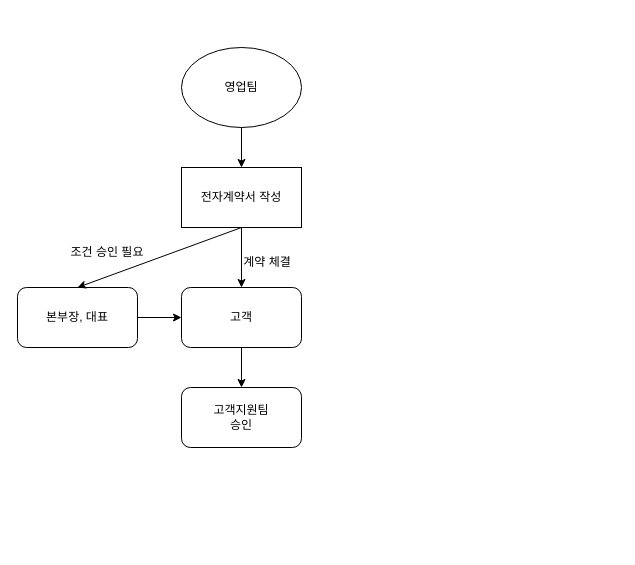
Before: 계약 승인 절차.drawio in Kjunsung/starter-kit, a draw.io diagram. Source tidied: cells renumbered, new cells numbered last; positions are measured from the earlier drawing's top-left corner, leaving out a move shared by most shapes. Both pictures are drawn from the tidied source at 100%, with x=0, y=0 at pixel (17, 47).
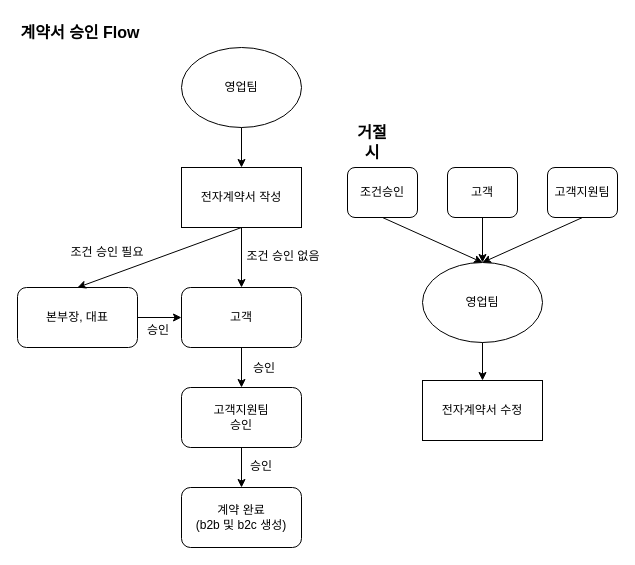
After the change.

Commit message:
Update 계약 승인 절차.drawio

Unchanged cells that the change refers to:
```xml
<mxCell id="2" value="전자계약서 작성" style="rounded=0;whiteSpace=wrap;html=1;" parent="1" vertex="1">
  <mxGeometry x="164" y="120" width="120" height="60" as="geometry" />
</mxCell>
<mxCell id="5" value="본부장, 대표" style="rounded=1;whiteSpace=wrap;html=1;" parent="1" vertex="1">
  <mxGeometry y="240" width="120" height="60" as="geometry" />
</mxCell>
<mxCell id="12" value="고객지원팀&lt;br&gt;승인" style="rounded=1;whiteSpace=wrap;html=1;" parent="1" vertex="1">
  <mxGeometry x="164" y="340" width="120" height="60" as="geometry" />
</mxCell>
```

Change to the diagram source:
```diff
@@
-    <mxCell id="3" value="영업팀" style="ellipse;whiteSpace=wrap;html=1;" parent="1" vertex="1">
-      <mxGeometry x="164" width="120" height="80" as="geometry" />
-    </mxCell>
-    <mxCell id="4" style="endArrow=classic;html=1;entryX=0.5;entryY=0;entryDx=0;entryDy=0;exitX=0.5;exitY=1;exitDx=0;exitDy=0;" parent="1" edge="1" source="3" target="2">
-      <mxGeometry relative="1" as="geometry" />
-    </mxCell>
+    <mxCell id="14" value="영업팀" style="ellipse;whiteSpace=wrap;html=1;" parent="1" vertex="1">
+      <mxGeometry x="164" width="120" height="80" as="geometry" />
+    </mxCell>
+    <mxCell id="15" style="endArrow=classic;html=1;entryX=0.5;entryY=0;entryDx=0;entryDy=0;exitX=0.5;exitY=1;exitDx=0;exitDy=0;" parent="1" edge="1" source="14" target="2">
+      <mxGeometry relative="1" as="geometry" />
+    </mxCell>
@@
-    <mxCell id="6" value="고객" style="rounded=1;whiteSpace=wrap;html=1;" parent="1" vertex="1">
-      <mxGeometry x="164" y="240" width="120" height="60" as="geometry" />
-    </mxCell>
+    <mxCell id="16" value="고객" style="rounded=1;whiteSpace=wrap;html=1;" parent="1" vertex="1">
+      <mxGeometry x="164" y="240" width="120" height="60" as="geometry" />
+    </mxCell>
@@
-    <mxCell id="8" style="endArrow=classic;html=1;exitX=0.5;exitY=1;exitDx=0;exitDy=0;entryX=0.5;entryY=0;entryDx=0;entryDy=0;" parent="1" edge="1" source="2" target="6">
-      <mxGeometry relative="1" as="geometry" />
-    </mxCell>
+    <mxCell id="17" style="endArrow=classic;html=1;exitX=0.5;exitY=1;exitDx=0;exitDy=0;entryX=0.5;entryY=0;entryDx=0;entryDy=0;" parent="1" edge="1" source="2" target="16">
+      <mxGeometry relative="1" as="geometry" />
+    </mxCell>
@@
-    <mxCell id="10" value="계약 체결" style="text;html=1;strokeColor=none;fillColor=none;align=center;verticalAlign=middle;whiteSpace=wrap;rounded=0;" parent="1" vertex="1">
-      <mxGeometry x="200" y="200" width="100" height="30" as="geometry" />
-    </mxCell>
-    <mxCell id="11" style="endArrow=classic;html=1;entryX=0;entryY=0.5;entryDx=0;entryDy=0;exitX=1;exitY=0.5;exitDx=0;exitDy=0;" parent="1" edge="1" source="5" target="6">
-      <mxGeometry relative="1" as="geometry" />
-    </mxCell>
+    <mxCell id="18" style="endArrow=classic;html=1;entryX=0;entryY=0.5;entryDx=0;entryDy=0;exitX=1;exitY=0.5;exitDx=0;exitDy=0;" parent="1" edge="1" source="5" target="16">
+      <mxGeometry relative="1" as="geometry" />
+    </mxCell>
@@
-    <mxCell id="13" style="endArrow=classic;html=1;exitX=0.5;exitY=1;exitDx=0;exitDy=0;entryX=0.5;entryY=0;entryDx=0;entryDy=0;" parent="1" edge="1" source="6" target="12">
-      <mxGeometry relative="1" as="geometry" />
-    </mxCell>
+    <mxCell id="19" style="endArrow=classic;html=1;exitX=0.5;exitY=1;exitDx=0;exitDy=0;entryX=0.5;entryY=0;entryDx=0;entryDy=0;" parent="1" edge="1" source="16" target="12">
+      <mxGeometry relative="1" as="geometry" />
+    </mxCell>
+    <mxCell id="20" value="계약 완료&lt;br&gt;(b2b 및 b2c 생성)" style="rounded=1;whiteSpace=wrap;html=1;" parent="1" vertex="1">
+      <mxGeometry x="164" y="440" width="120" height="60" as="geometry" />
+    </mxCell>
+    <mxCell id="21" style="endArrow=classic;html=1;entryX=0.5;entryY=0;entryDx=0;entryDy=0;exitX=0.5;exitY=1;exitDx=0;exitDy=0;" parent="1" edge="1" source="12" target="20">
+      <mxGeometry relative="1" as="geometry" />
+    </mxCell>
+    <mxCell id="22" value="조건 승인 없음" style="text;html=1;strokeColor=none;fillColor=none;align=center;verticalAlign=middle;whiteSpace=wrap;rounded=0;" parent="1" vertex="1">
+      <mxGeometry x="221" y="194" width="90" height="30" as="geometry" />
+    </mxCell>
+    <mxCell id="23" value="승인" style="text;html=1;strokeColor=none;fillColor=none;align=center;verticalAlign=middle;whiteSpace=wrap;rounded=0;" parent="1" vertex="1">
+      <mxGeometry x="224" y="308" width="46" height="25" as="geometry" />
+    </mxCell>
+    <mxCell id="24" value="승인" style="text;html=1;strokeColor=none;fillColor=none;align=center;verticalAlign=middle;whiteSpace=wrap;rounded=0;" parent="1" vertex="1">
+      <mxGeometry x="221" y="406" width="46" height="25" as="geometry" />
+    </mxCell>
+    <mxCell id="25" value="승인" style="text;html=1;strokeColor=none;fillColor=none;align=center;verticalAlign=middle;whiteSpace=wrap;rounded=0;" parent="1" vertex="1">
+      <mxGeometry x="118" y="270" width="46" height="25" as="geometry" />
+    </mxCell>
+    <mxCell id="26" value="거절 시" style="text;html=1;strokeColor=none;fillColor=none;align=center;verticalAlign=middle;whiteSpace=wrap;rounded=0;fontSize=16;fontStyle=1;" parent="1" vertex="1">
+      <mxGeometry x="330" y="80" width="50" height="30" as="geometry" />
+    </mxCell>
+    <mxCell id="27" value="영업팀" style="ellipse;whiteSpace=wrap;html=1;" parent="1" vertex="1">
+      <mxGeometry x="405" y="215" width="120" height="80" as="geometry" />
+    </mxCell>
+    <mxCell id="28" value="조건승인" style="rounded=1;whiteSpace=wrap;html=1;" parent="1" vertex="1">
+      <mxGeometry x="330" y="120" width="70" height="50" as="geometry" />
+    </mxCell>
+    <mxCell id="29" value="고객" style="rounded=1;whiteSpace=wrap;html=1;" parent="1" vertex="1">
+      <mxGeometry x="430" y="120" width="70" height="50" as="geometry" />
+    </mxCell>
+    <mxCell id="30" value="고객지원팀" style="rounded=1;whiteSpace=wrap;html=1;" parent="1" vertex="1">
+      <mxGeometry x="530" y="120" width="70" height="50" as="geometry" />
+    </mxCell>
+    <mxCell id="31" style="endArrow=classic;html=1;exitX=0.5;exitY=1;exitDx=0;exitDy=0;entryX=0.5;entryY=0;entryDx=0;entryDy=0;" parent="1" edge="1" source="28" target="27">
+      <mxGeometry relative="1" as="geometry" />
+    </mxCell>
+    <mxCell id="32" style="endArrow=classic;html=1;exitX=0.5;exitY=1;exitDx=0;exitDy=0;entryX=0.5;entryY=0;entryDx=0;entryDy=0;" parent="1" edge="1" source="29" target="27">
+      <mxGeometry relative="1" as="geometry" />
+    </mxCell>
+    <mxCell id="33" style="endArrow=classic;html=1;exitX=0.5;exitY=1;exitDx=0;exitDy=0;entryX=0.5;entryY=0;entryDx=0;entryDy=0;" parent="1" edge="1" source="30" target="27">
+      <mxGeometry relative="1" as="geometry" />
+    </mxCell>
+    <mxCell id="34" value="계약서 승인 Flow" style="text;html=1;strokeColor=none;fillColor=none;align=center;verticalAlign=middle;whiteSpace=wrap;rounded=0;fontSize=16;fontStyle=1;" parent="1" vertex="1">
+      <mxGeometry y="-30" width="126" height="30" as="geometry" />
+    </mxCell>
+    <mxCell id="35" value="전자계약서 수정" style="rounded=0;whiteSpace=wrap;html=1;" parent="1" vertex="1">
+      <mxGeometry x="405" y="333" width="120" height="60" as="geometry" />
+    </mxCell>
+    <mxCell id="36" style="endArrow=classic;html=1;fontSize=16;exitX=0.5;exitY=1;exitDx=0;exitDy=0;entryX=0.5;entryY=0;entryDx=0;entryDy=0;" parent="1" edge="1" source="27" target="35">
+      <mxGeometry relative="1" as="geometry" />
+    </mxCell>
```
